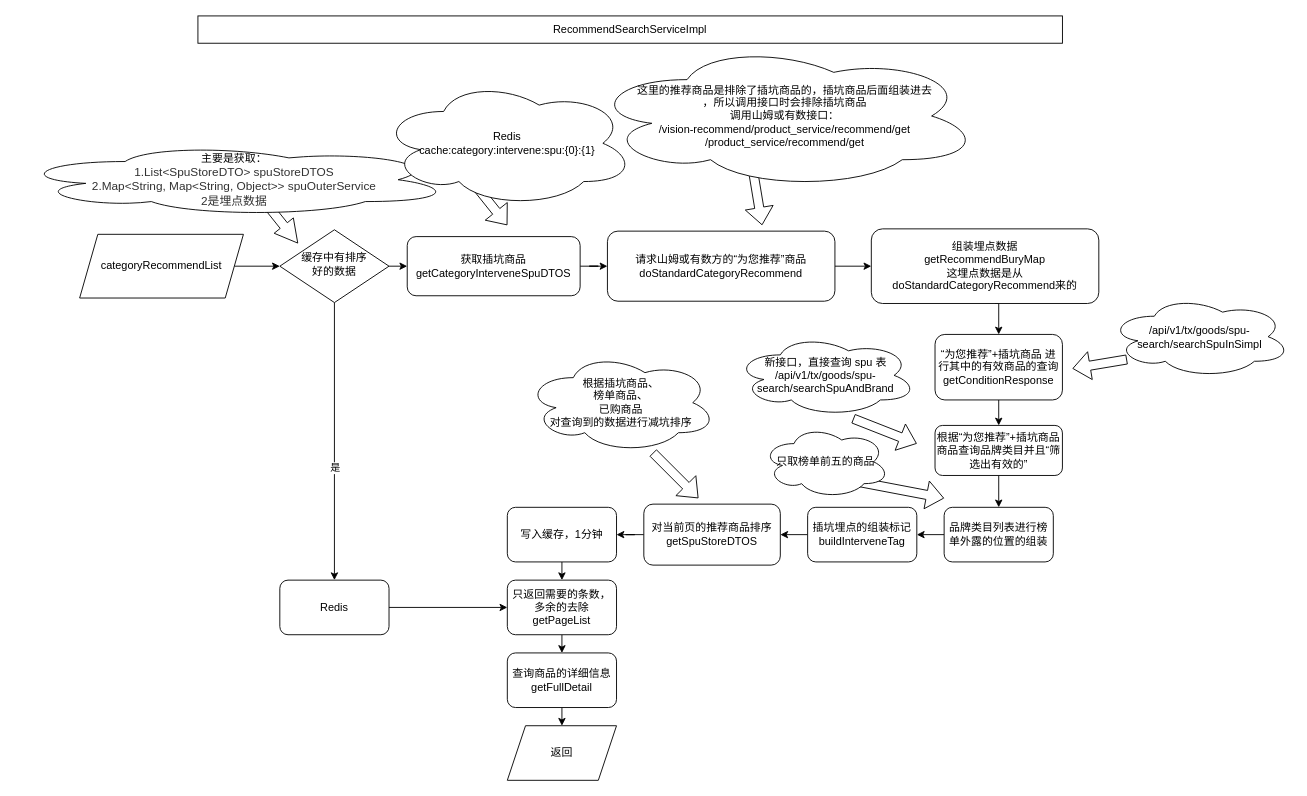
The draw.io diagram api/v1/sams/goods-sr-portal/categoryRecommendList/categoryRecommendList.drawio in xiehaixin/diagram-images, before the edit. Source tidied: cells renumbered, new cells numbered last; positions are measured from the earlier drawing's top-left corner, leaving out a move shared by most shapes. Both pictures are drawn from the tidied source at 91%, with x=0, y=0 at pixel (15, 15).
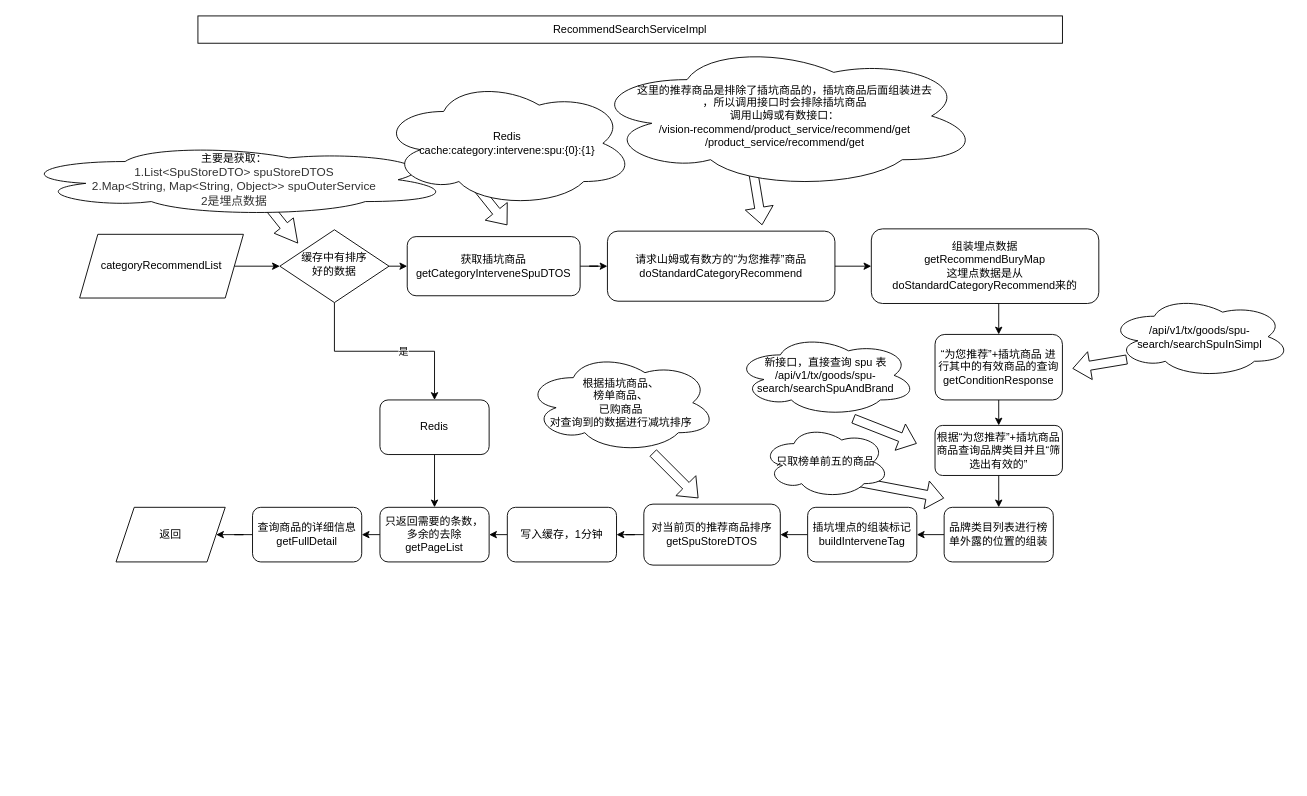
The same page after the edit.

Unchanged cells that the change refers to:
```xml
<mxCell id="34" value="写入缓存，1分钟" style="rounded=1;whiteSpace=wrap;html=1;" parent="1" vertex="1">
  <mxGeometry x="540" y="540" width="120" height="60" as="geometry" />
</mxCell>
```

The edit, as a diff of the source:
```diff
@@
-    <mxCell id="9" style="edgeStyle=orthogonalEdgeStyle;rounded=0;jettySize=auto;html=1;exitX=1;exitY=0.5;exitDx=0;exitDy=0;entryX=0;entryY=0.5;entryDx=0;entryDy=0;" parent="1" edge="1" source="10" target="41">
+    <mxCell id="9" style="edgeStyle=orthogonalEdgeStyle;rounded=0;jettySize=auto;html=1;exitX=0.5;exitY=1;exitDx=0;exitDy=0;" parent="1" edge="1" source="10" target="41">
       <mxGeometry relative="1" as="geometry" />
     </mxCell>
     <mxCell id="10" value="Redis" style="rounded=1;whiteSpace=wrap;html=1;" parent="1" vertex="1">
-      <mxGeometry x="290" y="620" width="120" height="60" as="geometry" />
+      <mxGeometry x="400" y="422" width="120" height="60" as="geometry" />
     </mxCell>
@@
-    <mxCell id="33" style="edgeStyle=orthogonalEdgeStyle;rounded=0;jettySize=auto;html=1;exitX=0.5;exitY=1;exitDx=0;exitDy=0;entryX=0.5;entryY=0;entryDx=0;entryDy=0;" parent="1" edge="1" source="34">
-      <mxGeometry relative="1" as="geometry">
-        <mxPoint x="600" y="620" as="targetPoint" />
-      </mxGeometry>
-    </mxCell>
+    <mxCell id="48" style="edgeStyle=orthogonalEdgeStyle;rounded=0;jettySize=auto;html=1;exitX=0;exitY=0.5;exitDx=0;exitDy=0;entryX=1;entryY=0.5;entryDx=0;entryDy=0;" parent="1" edge="1" source="34" target="41">
+      <mxGeometry relative="1" as="geometry" />
+    </mxCell>
@@
     <mxCell id="35" value="返回" style="shape=parallelogram;perimeter=parallelogramPerimeter;whiteSpace=wrap;html=1;fixedSize=1;" parent="1" vertex="1">
-      <mxGeometry x="540" y="780" width="120" height="60" as="geometry" />
+      <mxGeometry x="110" y="540" width="120" height="60" as="geometry" />
     </mxCell>
@@
-    <mxCell id="40" style="edgeStyle=orthogonalEdgeStyle;rounded=0;jettySize=auto;html=1;exitX=0.5;exitY=1;exitDx=0;exitDy=0;entryX=0.5;entryY=0;entryDx=0;entryDy=0;" parent="1" edge="1" source="41" target="43">
+    <mxCell id="40" style="edgeStyle=orthogonalEdgeStyle;rounded=0;jettySize=auto;html=1;exitX=0;exitY=0.5;exitDx=0;exitDy=0;entryX=1;entryY=0.5;entryDx=0;entryDy=0;" parent="1" edge="1" source="41" target="43">
       <mxGeometry relative="1" as="geometry" />
     </mxCell>
     <mxCell id="41" value="只返回需要的条数，多余的去除&lt;br&gt;getPageList" style="rounded=1;whiteSpace=wrap;html=1;" parent="1" vertex="1">
-      <mxGeometry x="540" y="620" width="120" height="60" as="geometry" />
+      <mxGeometry x="400" y="540" width="120" height="60" as="geometry" />
     </mxCell>
-    <mxCell id="42" style="edgeStyle=orthogonalEdgeStyle;rounded=0;jettySize=auto;html=1;exitX=0.5;exitY=1;exitDx=0;exitDy=0;entryX=0.5;entryY=0;entryDx=0;entryDy=0;" parent="1" edge="1" source="43" target="35">
+    <mxCell id="42" style="edgeStyle=orthogonalEdgeStyle;rounded=0;jettySize=auto;html=1;exitX=0;exitY=0.5;exitDx=0;exitDy=0;entryX=1;entryY=0.5;entryDx=0;entryDy=0;" parent="1" edge="1" source="43" target="35">
       <mxGeometry relative="1" as="geometry" />
     </mxCell>
     <mxCell id="43" value="查询商品的详细信息&lt;br&gt;getFullDetail" style="rounded=1;whiteSpace=wrap;html=1;" parent="1" vertex="1">
-      <mxGeometry x="540" y="700" width="120" height="60" as="geometry" />
+      <mxGeometry x="260" y="540" width="120" height="60" as="geometry" />
     </mxCell>
```
